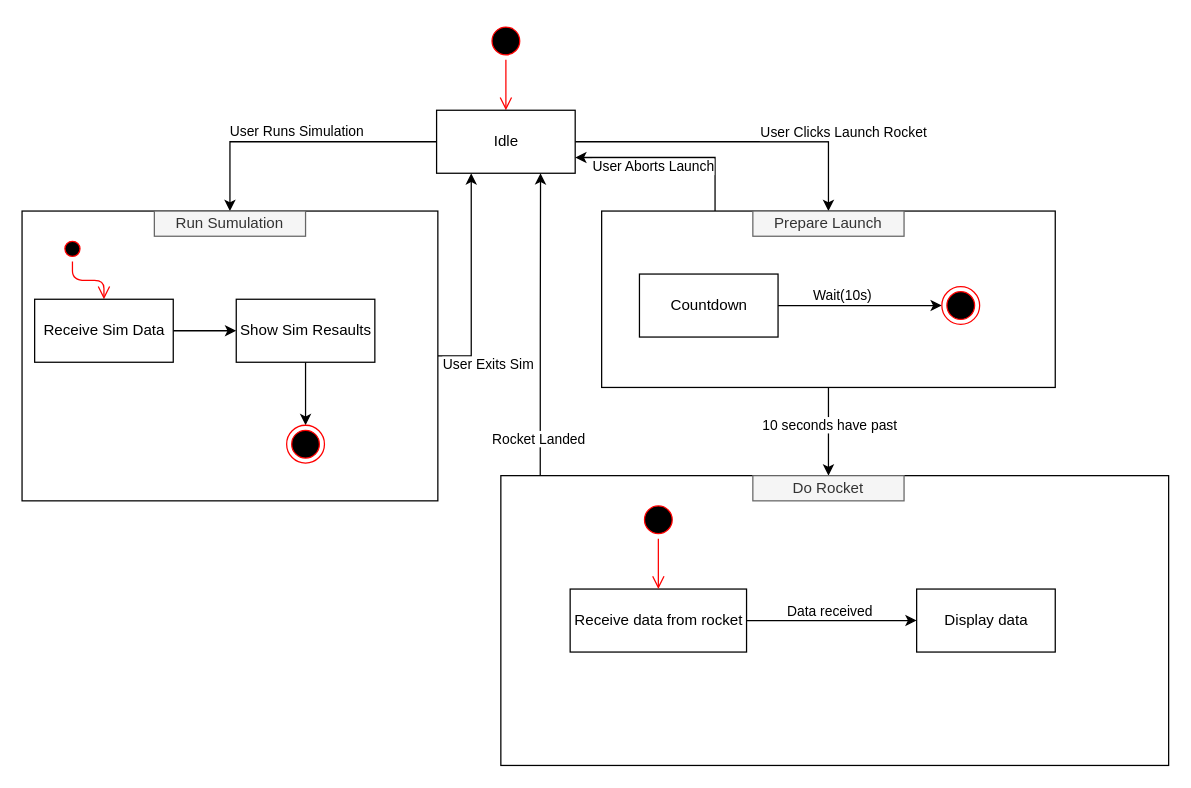
The draw.io diagram architecture_design/assets/Architectural Process.drawio in Group-10-Studios/Mission-Control, before the edit. Source tidied: cells renumbered, new cells numbered last; positions are measured from the earlier drawing's top-left corner, leaving out a move shared by most shapes. Both pictures are drawn from the tidied source at 126%, with x=0, y=0 at pixel (21, 21).
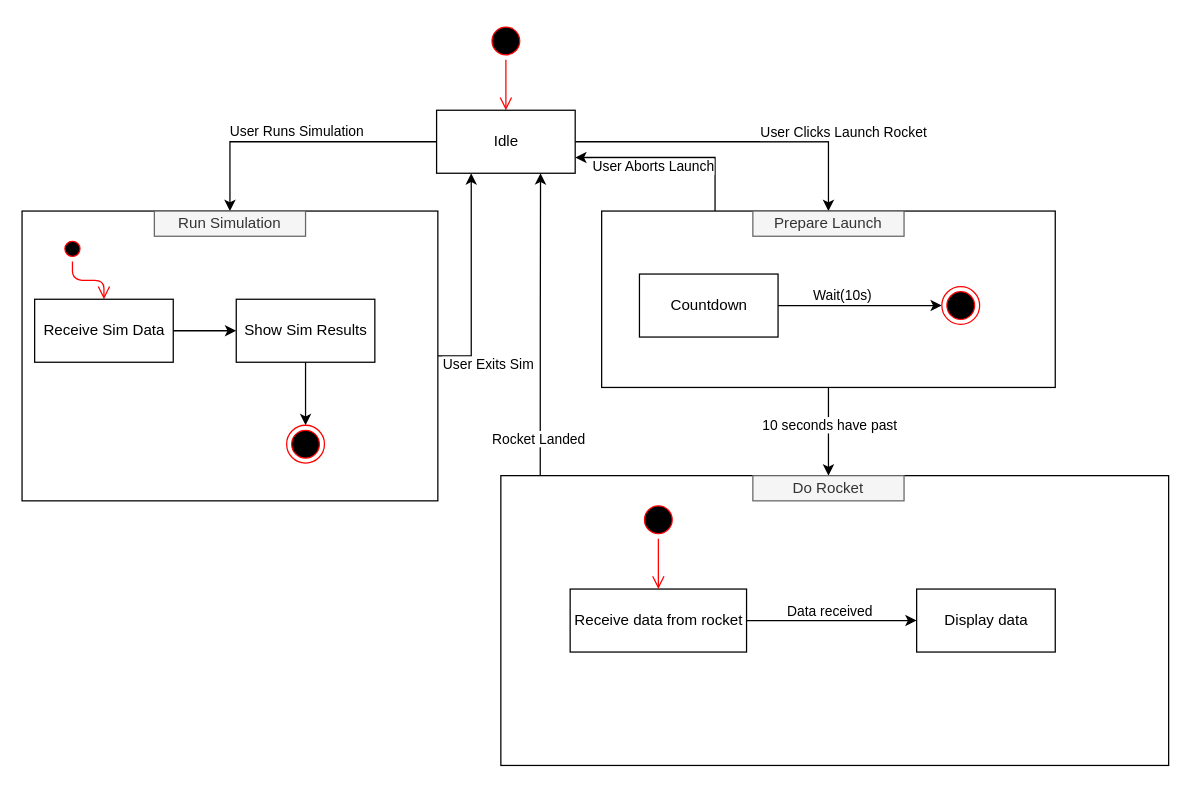
After the change.

Commit message (it also covers changes not shown here):
fixed Spelling and linked diagram in architecture design

The edit, as a diff of the source:
```diff
@@
-    <mxCell id="17" value="Show Sim Resaults" style="html=1;" parent="1" vertex="1">
+    <mxCell id="17" value="Show Sim Results" style="html=1;" parent="1" vertex="1">
       <mxGeometry x="170" y="220" width="110" height="50" as="geometry" />
     </mxCell>
@@
-    <mxCell id="19" value="Run Sumulation" style="text;html=1;strokeColor=#666666;fillColor=#f5f5f5;align=center;verticalAlign=middle;whiteSpace=wrap;rounded=0;fontColor=#333333;" parent="1" vertex="1">
+    <mxCell id="19" value="Run Simulation" style="text;html=1;strokeColor=#666666;fillColor=#f5f5f5;align=center;verticalAlign=middle;whiteSpace=wrap;rounded=0;fontColor=#333333;" parent="1" vertex="1">
       <mxGeometry x="105" y="150" width="120" height="20" as="geometry" />
     </mxCell>
```
